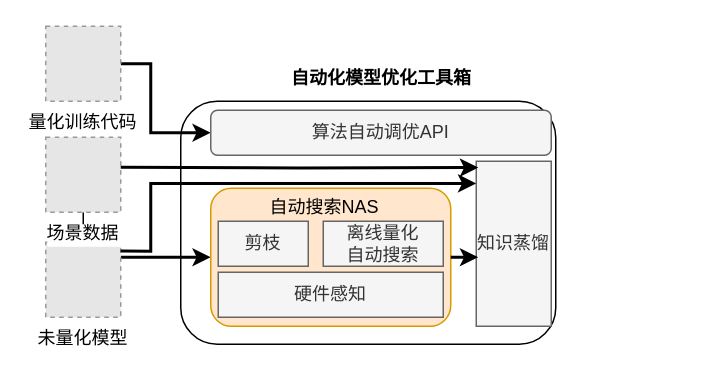
Earlier version of the draw.io diagram page "第 1 页" (1 of 2) of 模型压缩流程.drawio (paleblackless/diagrams). Source tidied: cells renumbered, new cells numbered last; positions are measured from the earlier drawing's top-left corner, leaving out a move shared by most shapes. Both pictures are drawn from the tidied source at 150%, with x=0, y=0 at pixel (45, 26). Pictures stored in the file or linked from it are replaced by grey dashed boxes.
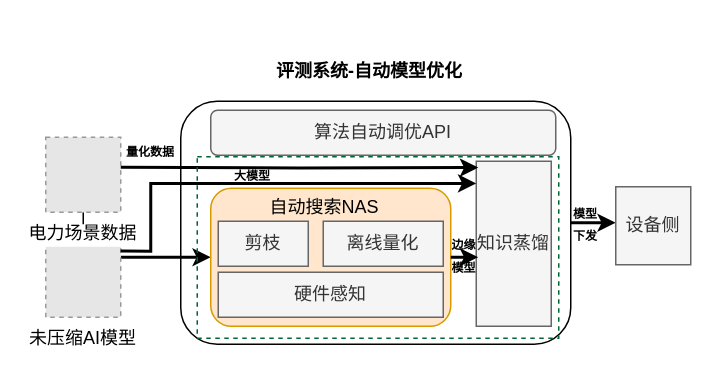
After the change.

Commit message (it also covers changes not shown here):
更新模型压缩流程.drawio

Diff of the diagram source:
```diff
@@
+    <mxCell id="20" style="edgeStyle=orthogonalEdgeStyle;rounded=0;jettySize=auto;html=1;exitX=1;exitY=0.5;exitDx=0;exitDy=0;strokeWidth=2;" parent="1" edge="1" source="2">
+      <mxGeometry relative="1" as="geometry">
+        <mxPoint x="380" y="130.9" as="targetPoint" />
+      </mxGeometry>
+    </mxCell>
     <mxCell id="2" style="rounded=1;whiteSpace=wrap;html=1;fillColor=none;strokeWidth=1;" parent="1" vertex="1">
-      <mxGeometry x="90" y="50" width="250" height="162" as="geometry" />
+      <mxGeometry x="90" y="50" width="260" height="162" as="geometry" />
     </mxCell>
-    <mxCell id="3" style="edgeStyle=orthogonalEdgeStyle;rounded=0;jettySize=auto;html=1;entryX=0;entryY=0.5;entryDx=0;entryDy=0;strokeWidth=2;" parent="1" edge="1" source="4" target="10">
-      <mxGeometry relative="1" as="geometry">
-        <Array as="points">
-          <mxPoint x="70" y="25" />
-          <mxPoint x="70" y="71" />
-        </Array>
-      </mxGeometry>
-    </mxCell>
-    <mxCell id="4" value="量化训练代码&#10;" style="fillColor=#E6E6E6;strokeColor=#999999;dashed=1;verticalLabelPosition=bottom;labelBackgroundColor=default;verticalAlign=top;" parent="1" vertex="1">
-      <mxGeometry width="50" height="50" as="geometry" />
-    </mxCell>
@@
-    <mxCell id="6" value="未量化模型" style="fillColor=#E6E6E6;strokeColor=#999999;dashed=1;verticalLabelPosition=bottom;labelBackgroundColor=default;verticalAlign=top;" parent="1" vertex="1">
+    <mxCell id="6" value="未压缩AI模型" style="fillColor=#E6E6E6;strokeColor=#999999;dashed=1;verticalLabelPosition=bottom;labelBackgroundColor=default;verticalAlign=top;" parent="1" vertex="1">
       <mxGeometry y="144" width="50" height="50" as="geometry" />
     </mxCell>
@@
-    <mxCell id="8" value="场景数据" style="fillColor=#E6E6E6;strokeColor=#999999;dashed=1;verticalLabelPosition=bottom;labelBackgroundColor=default;verticalAlign=top;" parent="1" vertex="1">
+    <mxCell id="8" value="电力场景数据" style="fillColor=#E6E6E6;strokeColor=#999999;dashed=1;verticalLabelPosition=bottom;labelBackgroundColor=default;verticalAlign=top;" parent="1" vertex="1">
       <mxGeometry y="74" width="50" height="50" as="geometry" />
     </mxCell>
-    <mxCell id="9" value="&lt;b&gt;自动化模型优化工具箱&lt;/b&gt;" style="text;html=1;strokeColor=none;fillColor=none;align=center;verticalAlign=middle;whiteSpace=wrap;rounded=0;" parent="1" vertex="1">
-      <mxGeometry x="150.5" y="19" width="146" height="31" as="geometry" />
+    <mxCell id="9" value="&lt;b&gt;评测系统-自动模型优化&lt;/b&gt;" style="text;html=1;strokeColor=none;fillColor=none;align=center;verticalAlign=middle;whiteSpace=wrap;rounded=0;" parent="1" vertex="1">
+      <mxGeometry x="143" y="20" width="146" height="20" as="geometry" />
     </mxCell>
     <mxCell id="10" value="算法自动调优API" style="rounded=1;whiteSpace=wrap;html=1;fillColor=#f5f5f5;strokeColor=#666666;fontColor=#333333;" parent="1" vertex="1">
-      <mxGeometry x="110" y="56" width="227" height="30" as="geometry" />
+      <mxGeometry x="110" y="56" width="230" height="30" as="geometry" />
     </mxCell>
@@
-    <mxCell id="15" value="离线量化&lt;br&gt;自动搜索" style="rounded=0;whiteSpace=wrap;html=1;fillColor=#f5f5f5;fontColor=#333333;strokeColor=#666666;" parent="1" vertex="1">
+    <mxCell id="15" value="离线量化" style="rounded=0;whiteSpace=wrap;html=1;fillColor=#f5f5f5;fontColor=#333333;strokeColor=#666666;" parent="1" vertex="1">
       <mxGeometry x="185" y="130" width="80" height="30" as="geometry" />
     </mxCell>
@@
+    <mxCell id="21" style="rounded=0;whiteSpace=wrap;html=1;dashed=1;fillColor=none;strokeColor=#006633;" parent="1" vertex="1">
+      <mxGeometry x="101" y="87" width="241" height="121" as="geometry" />
+    </mxCell>
+    <mxCell id="22" value="&lt;font style=&quot;font-size: 8px;&quot;&gt;&lt;b&gt;大模型&lt;/b&gt;&lt;/font&gt;" style="text;html=1;strokeColor=none;fillColor=none;align=center;verticalAlign=middle;whiteSpace=wrap;rounded=0;" parent="1" vertex="1">
+      <mxGeometry x="115" y="91" width="46" height="16" as="geometry" />
+    </mxCell>
+    <mxCell id="23" value="&lt;span style=&quot;font-size: 8px;&quot;&gt;&lt;b&gt;边缘模型&lt;/b&gt;&lt;/span&gt;" style="text;html=1;strokeColor=none;fillColor=none;align=center;verticalAlign=middle;whiteSpace=wrap;rounded=0;" parent="1" vertex="1">
+      <mxGeometry x="268.5" y="132" width="19.5" height="40" as="geometry" />
+    </mxCell>
+    <mxCell id="24" value="设备侧" style="rounded=0;whiteSpace=wrap;html=1;fillColor=#f5f5f5;fontColor=#333333;strokeColor=#666666;" parent="1" vertex="1">
+      <mxGeometry x="380" y="107" width="50" height="52" as="geometry" />
+    </mxCell>
+    <mxCell id="25" value="&lt;span style=&quot;font-size: 8px;&quot;&gt;&lt;b&gt;模型下发&lt;/b&gt;&lt;/span&gt;" style="text;html=1;strokeColor=none;fillColor=none;align=center;verticalAlign=middle;whiteSpace=wrap;rounded=0;" parent="1" vertex="1">
+      <mxGeometry x="350" y="111" width="19.5" height="40" as="geometry" />
+    </mxCell>
+    <mxCell id="26" value="&lt;font style=&quot;font-size: 8px;&quot;&gt;&lt;b&gt;量化数据&lt;/b&gt;&lt;/font&gt;" style="text;html=1;strokeColor=none;fillColor=none;align=center;verticalAlign=middle;whiteSpace=wrap;rounded=0;" parent="1" vertex="1">
+      <mxGeometry x="50" y="75" width="40" height="16" as="geometry" />
+    </mxCell>
```
